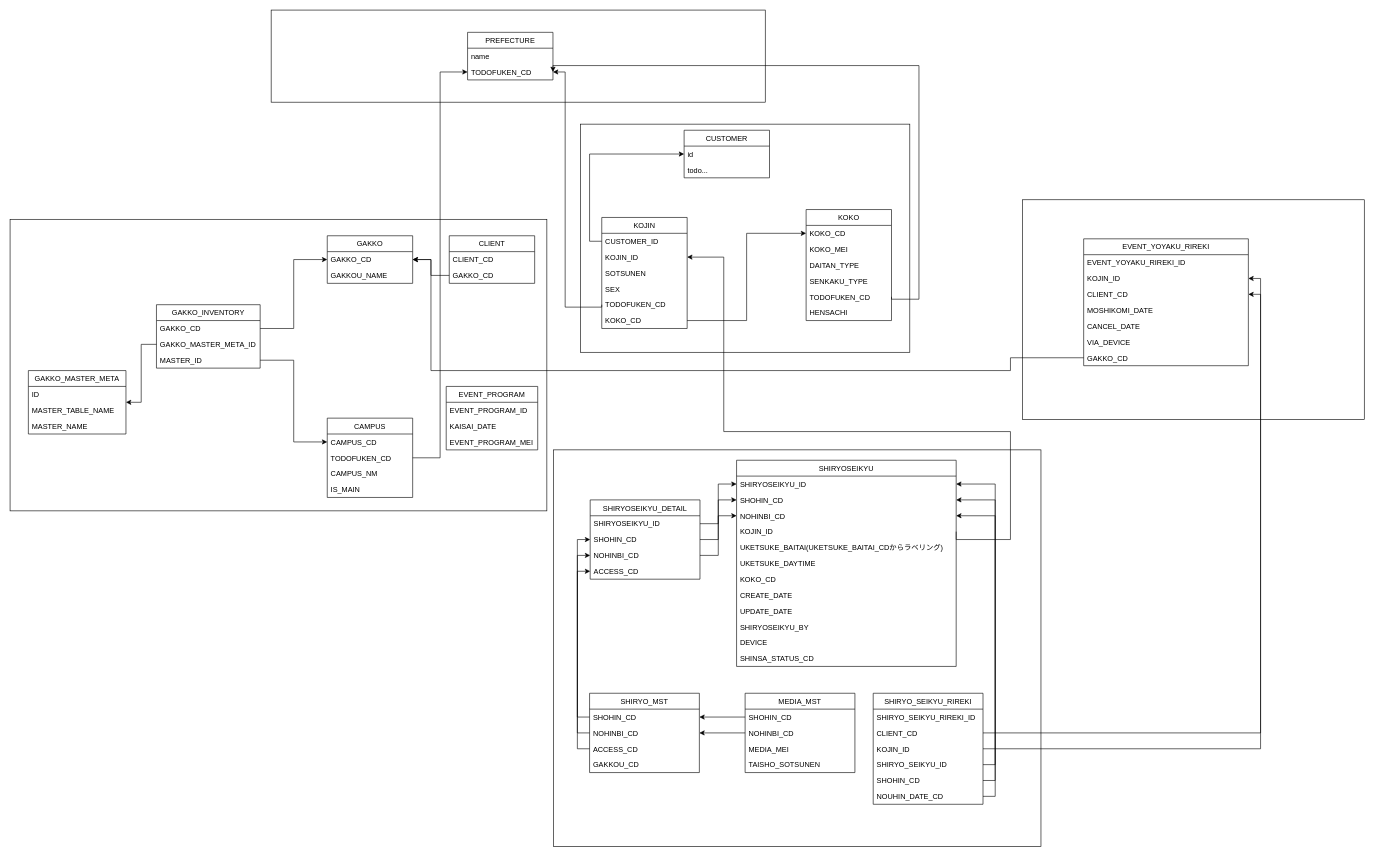
The draw.io diagram page "Page-9" (9 of 9) of learning bloc.drawio in newuniverse/diagrams, before the edit. Source tidied: cells renumbered, new cells numbered last; positions are measured from the earlier drawing's top-left corner, leaving out a move shared by most shapes. Both pictures are drawn from the tidied source at 61%, with x=0, y=0 at pixel (10, 10).
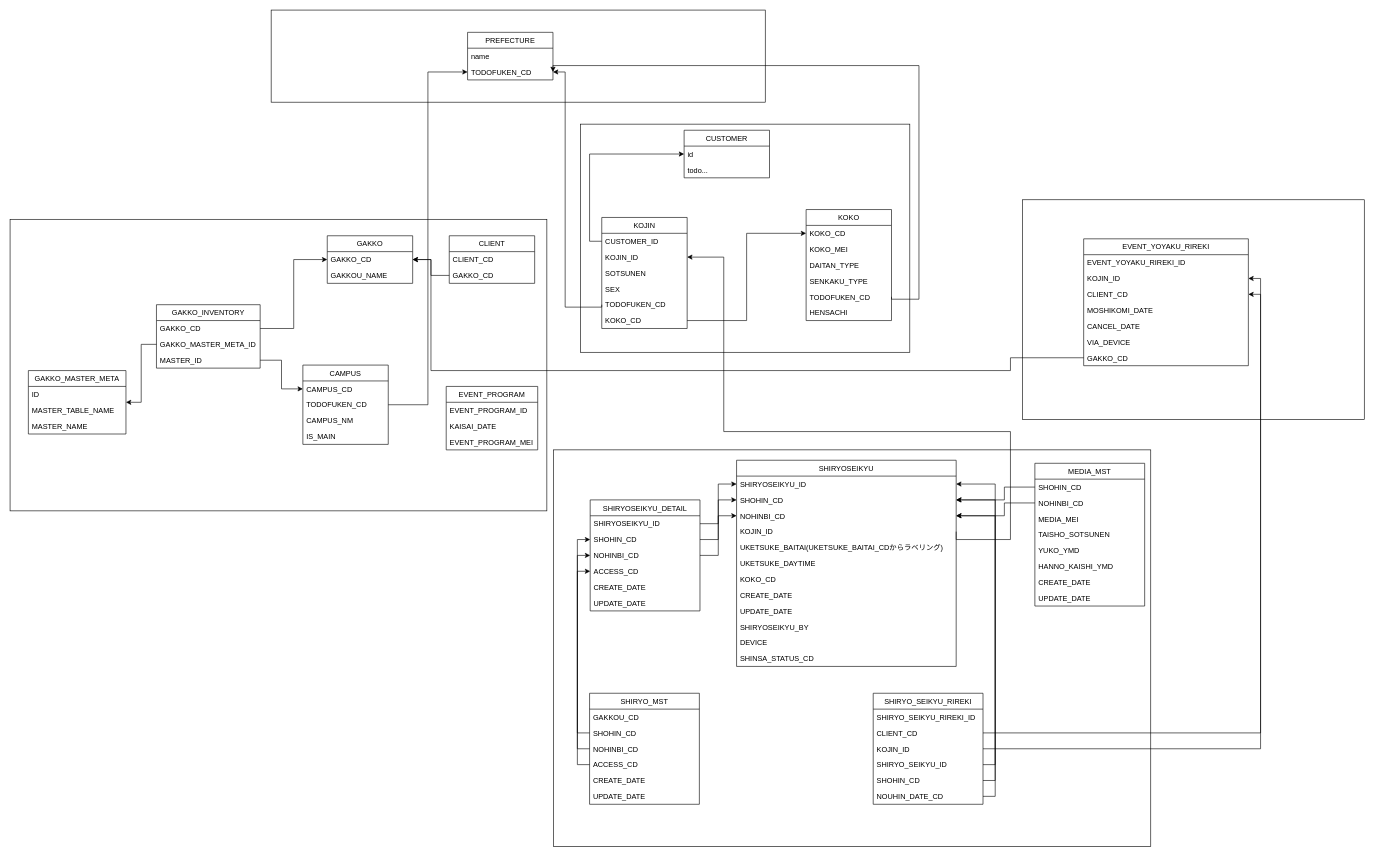
The same page after the edit.

Unchanged cells that the change refers to:
```xml
<mxCell id="42" value="SHOHIN_CD" style="text;strokeColor=none;fillColor=none;align=left;verticalAlign=top;spacingLeft=4;spacingRight=4;overflow=hidden;points=[[0,0.5],[1,0.5]];portConstraint=eastwest;" parent="40" vertex="1">
  <mxGeometry y="52" width="360" height="26" as="geometry" />
</mxCell>
<mxCell id="43" value="NOHINBI_CD" style="text;strokeColor=none;fillColor=none;align=left;verticalAlign=top;spacingLeft=4;spacingRight=4;overflow=hidden;points=[[0,0.5],[1,0.5]];portConstraint=eastwest;" parent="40" vertex="1">
  <mxGeometry y="78" width="360" height="26" as="geometry" />
</mxCell>
<mxCell id="70" value="SHOHIN_CD" style="text;strokeColor=none;fillColor=none;align=left;verticalAlign=top;spacingLeft=4;spacingRight=4;overflow=hidden;points=[[0,0.5],[1,0.5]];portConstraint=eastwest;" parent="69" vertex="1">
  <mxGeometry y="26" width="180" height="26" as="geometry" />
</mxCell>
<mxCell id="71" value="NOHINBI_CD" style="text;strokeColor=none;fillColor=none;align=left;verticalAlign=top;spacingLeft=4;spacingRight=4;overflow=hidden;points=[[0,0.5],[1,0.5]];portConstraint=eastwest;" parent="69" vertex="1">
  <mxGeometry y="52" width="180" height="26" as="geometry" />
</mxCell>
```

Change to the diagram source:
```diff
@@
     <mxCell id="4" style="rounded=0;whiteSpace=wrap;html=1;fillColor=#FFFFFF;" parent="1" vertex="1">
-      <mxGeometry x="891" y="721" width="799" height="650" as="geometry" />
+      <mxGeometry x="891" y="721" width="979" height="650" as="geometry" />
     </mxCell>
@@
     <mxCell id="13" value="CAMPUS" style="swimlane;fontStyle=0;horizontal=1;startSize=26;fillColor=none;" parent="1" vertex="1">
-      <mxGeometry x="520" y="669" width="140" height="130" as="geometry" />
+      <mxGeometry x="480" y="582" width="140" height="130" as="geometry" />
     </mxCell>
@@
     <mxCell id="53" value="SHIRYOSEIKYU_DETAIL" style="swimlane;fontStyle=0;horizontal=1;startSize=26;fillColor=none;" parent="1" vertex="1">
-      <mxGeometry x="951" y="803" width="180" height="130" as="geometry" />
+      <mxGeometry x="951" y="803" width="180" height="182" as="geometry" />
     </mxCell>
@@
+    <mxCell id="117" value="CREATE_DATE" style="text;strokeColor=none;fillColor=none;align=left;verticalAlign=top;spacingLeft=4;spacingRight=4;overflow=hidden;" parent="53" vertex="1">
+      <mxGeometry y="130" width="180" height="26" as="geometry" />
+    </mxCell>
+    <mxCell id="118" value="UPDATE_DATE" style="text;strokeColor=none;fillColor=none;align=left;verticalAlign=top;spacingLeft=4;spacingRight=4;overflow=hidden;" parent="53" vertex="1">
+      <mxGeometry y="156" width="180" height="26" as="geometry" />
+    </mxCell>
@@
     <mxCell id="61" value="SHIRYO_MST" style="swimlane;fontStyle=0;horizontal=1;startSize=26;fillColor=none;" parent="1" vertex="1">
-      <mxGeometry x="950" y="1120" width="180" height="130" as="geometry" />
+      <mxGeometry x="950" y="1120" width="180" height="182" as="geometry" />
     </mxCell>
+    <mxCell id="65" value="GAKKOU_CD" style="text;strokeColor=none;fillColor=none;align=left;verticalAlign=top;spacingLeft=4;spacingRight=4;overflow=hidden;" parent="61" vertex="1">
+      <mxGeometry y="26" width="180" height="26" as="geometry" />
+    </mxCell>
     <mxCell id="62" value="SHOHIN_CD" style="text;strokeColor=none;fillColor=none;align=left;verticalAlign=top;spacingLeft=4;spacingRight=4;overflow=hidden;points=[[0,0.5],[1,0.5]];portConstraint=eastwest;" parent="61" vertex="1">
-      <mxGeometry y="26" width="180" height="26" as="geometry" />
+      <mxGeometry y="52" width="180" height="26" as="geometry" />
     </mxCell>
     <mxCell id="63" value="NOHINBI_CD" style="text;strokeColor=none;fillColor=none;align=left;verticalAlign=top;spacingLeft=4;spacingRight=4;overflow=hidden;points=[[0,0.5],[1,0.5]];portConstraint=eastwest;" parent="61" vertex="1">
-      <mxGeometry y="52" width="180" height="26" as="geometry" />
+      <mxGeometry y="78" width="180" height="26" as="geometry" />
     </mxCell>
     <mxCell id="64" value="ACCESS_CD" style="text;strokeColor=none;fillColor=none;align=left;verticalAlign=top;spacingLeft=4;spacingRight=4;overflow=hidden;points=[[0,0.5],[1,0.5]];portConstraint=eastwest;" parent="61" vertex="1">
-      <mxGeometry y="78" width="180" height="26" as="geometry" />
+      <mxGeometry y="104" width="180" height="26" as="geometry" />
     </mxCell>
-    <mxCell id="65" value="GAKKOU_CD" style="text;strokeColor=none;fillColor=none;align=left;verticalAlign=top;spacingLeft=4;spacingRight=4;overflow=hidden;" parent="61" vertex="1">
-      <mxGeometry y="104" width="180" height="26" as="geometry" />
-    </mxCell>
+    <mxCell id="119" value="CREATE_DATE" style="text;strokeColor=none;fillColor=none;align=left;verticalAlign=top;spacingLeft=4;spacingRight=4;overflow=hidden;" parent="61" vertex="1">
+      <mxGeometry y="130" width="180" height="26" as="geometry" />
+    </mxCell>
+    <mxCell id="120" value="UPDATE_DATE" style="text;strokeColor=none;fillColor=none;align=left;verticalAlign=top;spacingLeft=4;spacingRight=4;overflow=hidden;" parent="61" vertex="1">
+      <mxGeometry y="156" width="180" height="26" as="geometry" />
+    </mxCell>
@@
     <mxCell id="69" value="MEDIA_MST" style="swimlane;fontStyle=0;horizontal=1;startSize=26;fillColor=none;" parent="1" vertex="1">
-      <mxGeometry x="1205" y="1120" width="180" height="130" as="geometry" />
+      <mxGeometry x="1680" y="743" width="180" height="234" as="geometry" />
     </mxCell>
@@
-    <mxCell id="74" style="edgeStyle=orthogonalEdgeStyle;rounded=0;jettySize=auto;html=1;exitX=0;exitY=0.5;exitDx=0;exitDy=0;entryX=1;entryY=0.5;entryDx=0;entryDy=0;" parent="1" edge="1" source="70" target="62">
-      <mxGeometry relative="1" as="geometry" />
-    </mxCell>
-    <mxCell id="75" style="edgeStyle=orthogonalEdgeStyle;rounded=0;jettySize=auto;html=1;exitX=0;exitY=0.5;exitDx=0;exitDy=0;entryX=1;entryY=0.5;entryDx=0;entryDy=0;" parent="1" edge="1" source="71" target="63">
-      <mxGeometry relative="1" as="geometry" />
-    </mxCell>
+    <mxCell id="121" value="YUKO_YMD" style="text;strokeColor=none;fillColor=none;align=left;verticalAlign=top;spacingLeft=4;spacingRight=4;overflow=hidden;" parent="69" vertex="1">
+      <mxGeometry y="130" width="180" height="26" as="geometry" />
+    </mxCell>
+    <mxCell id="122" value="HANNO_KAISHI_YMD" style="text;strokeColor=none;fillColor=none;align=left;verticalAlign=top;spacingLeft=4;spacingRight=4;overflow=hidden;" parent="69" vertex="1">
+      <mxGeometry y="156" width="180" height="26" as="geometry" />
+    </mxCell>
+    <mxCell id="123" value="CREATE_DATE" style="text;strokeColor=none;fillColor=none;align=left;verticalAlign=top;spacingLeft=4;spacingRight=4;overflow=hidden;" parent="69" vertex="1">
+      <mxGeometry y="182" width="180" height="26" as="geometry" />
+    </mxCell>
+    <mxCell id="124" value="UPDATE_DATE" style="text;strokeColor=none;fillColor=none;align=left;verticalAlign=top;spacingLeft=4;spacingRight=4;overflow=hidden;" parent="69" vertex="1">
+      <mxGeometry y="208" width="180" height="26" as="geometry" />
+    </mxCell>
@@
+    <mxCell id="125" style="edgeStyle=orthogonalEdgeStyle;rounded=0;jettySize=auto;html=1;exitX=0;exitY=0.5;exitDx=0;exitDy=0;entryX=1;entryY=0.5;entryDx=0;entryDy=0;" parent="1" edge="1" source="70" target="42">
+      <mxGeometry relative="1" as="geometry">
+        <Array as="points">
+          <mxPoint x="1630" y="782" />
+          <mxPoint x="1630" y="803" />
+        </Array>
+      </mxGeometry>
+    </mxCell>
+    <mxCell id="126" style="edgeStyle=orthogonalEdgeStyle;rounded=0;jettySize=auto;html=1;exitX=0;exitY=0.5;exitDx=0;exitDy=0;entryX=1;entryY=0.5;entryDx=0;entryDy=0;" parent="1" edge="1" source="71" target="43">
+      <mxGeometry relative="1" as="geometry">
+        <Array as="points">
+          <mxPoint x="1630" y="808" />
+          <mxPoint x="1630" y="829" />
+        </Array>
+      </mxGeometry>
+    </mxCell>
```
